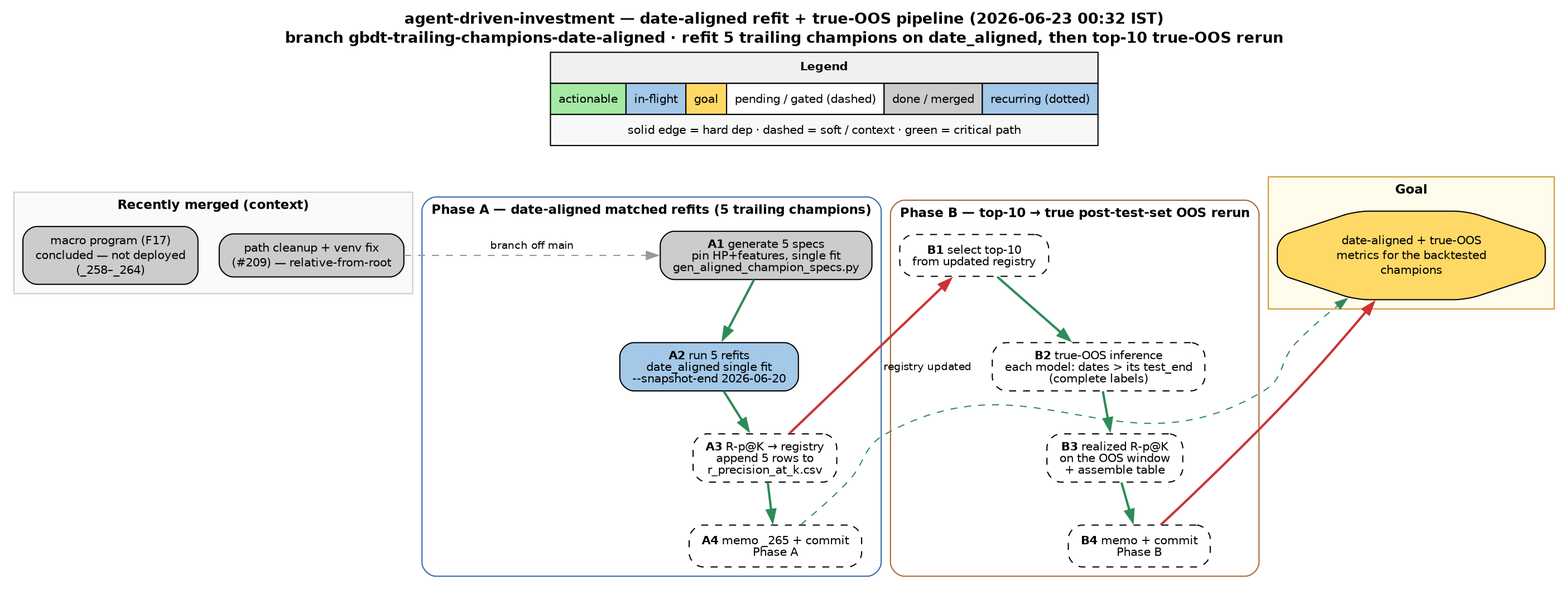
This is docs/task_dependencies.png from shayanrc/agent-driven-investment, a Graphviz export, as it was before one commit. Its source is kept beside it as docs/task_dependencies.dot.
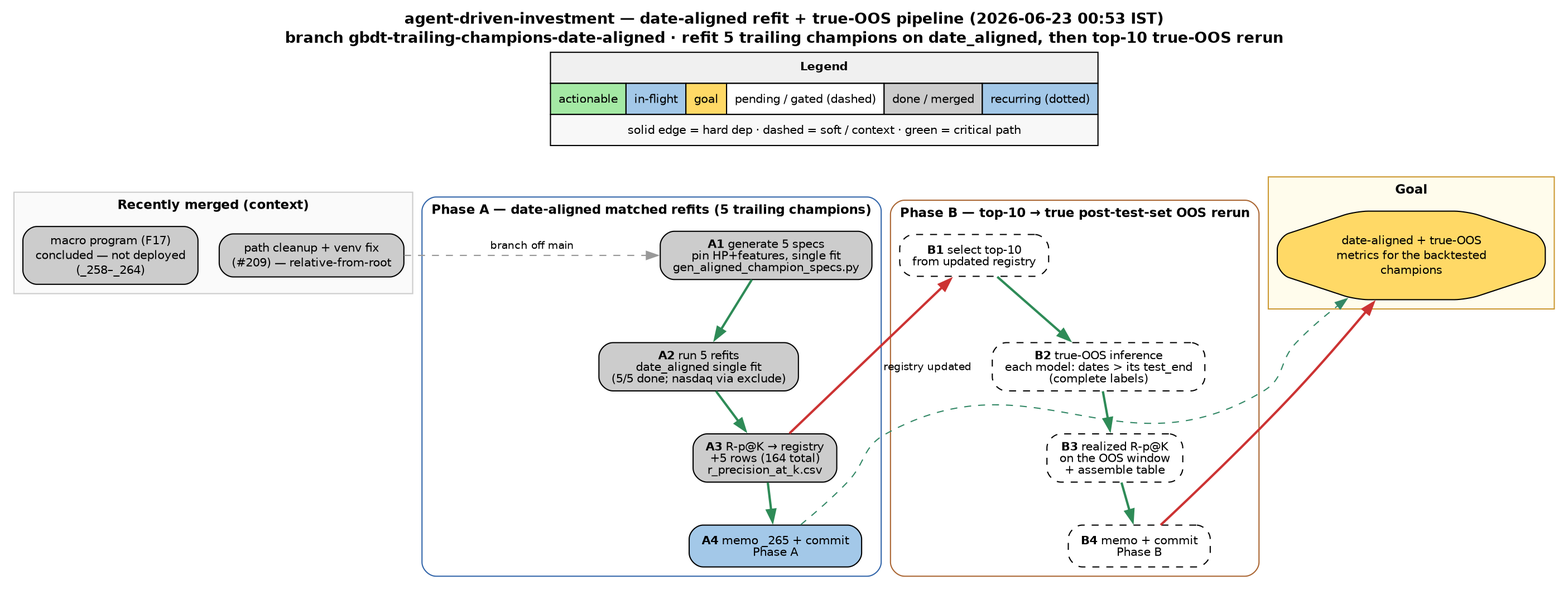
After the commit.

Commit message:
chore(graph): A2+A3 done, A4 in-flight (date-aligned refits landed)

The edit, as a diff of the source:
```diff
@@ -4,7 +4,7 @@
   bgcolor="white";
   node [fontname="Helvetica", fontsize=10, shape=box, style="rounded,filled", margin="0.15,0.08"];
   edge [fontname="Helvetica", fontsize=9];
-  graph [labelloc="t", label="agent-driven-investment — date-aligned refit + true-OOS pipeline (2026-06-23 00:32 IST)\nbranch gbdt-trailing-champions-date-aligned · refit 5 trailing champions on date_aligned, then top-10 true-OOS rerun", fontsize=13, fontname="Helvetica-Bold"];
+  graph [labelloc="t", label="agent-driven-investment — date-aligned refit + true-OOS pipeline (2026-06-23 00:53 IST)\nbranch gbdt-trailing-champions-date-aligned · refit 5 trailing champions on date_aligned, then top-10 true-OOS rerun", fontsize=13, fontname="Helvetica-Bold"];
 
   {
     rank=source;
@@ -36,9 +36,9 @@
     label = "Phase A — date-aligned matched refits (5 trailing champions)";
     style = "rounded"; color = "#3366aa"; fontname = "Helvetica-Bold"; fontsize = 11;
     A1 [label=<<B>A1</B> generate 5 specs<BR/>pin HP+features, single fit<BR/>gen_aligned_champion_specs.py>, fillcolor="#cccccc"];
-    A2 [label=<<B>A2</B> run 5 refits<BR/>date_aligned single fit<BR/>--snapshot-end 2026-06-20>, fillcolor="#a3c8e8"];
-    A3 [label=<<B>A3</B> R-p@K &rarr; registry<BR/>append 5 rows to<BR/>r_precision_at_k.csv>, fillcolor="#ffffff", style="rounded,filled,dashed"];
-    A4 [label=<<B>A4</B> memo _265 + commit<BR/>Phase A>, fillcolor="#ffffff", style="rounded,filled,dashed"];
+    A2 [label=<<B>A2</B> run 5 refits<BR/>date_aligned single fit<BR/>(5/5 done; nasdaq via exclude)>, fillcolor="#cccccc"];
+    A3 [label=<<B>A3</B> R-p@K &rarr; registry<BR/>+5 rows (164 total)<BR/>r_precision_at_k.csv>, fillcolor="#cccccc"];
+    A4 [label=<<B>A4</B> memo _265 + commit<BR/>Phase A>, fillcolor="#a3c8e8"];
   }
 
   subgraph cluster_B {
```
